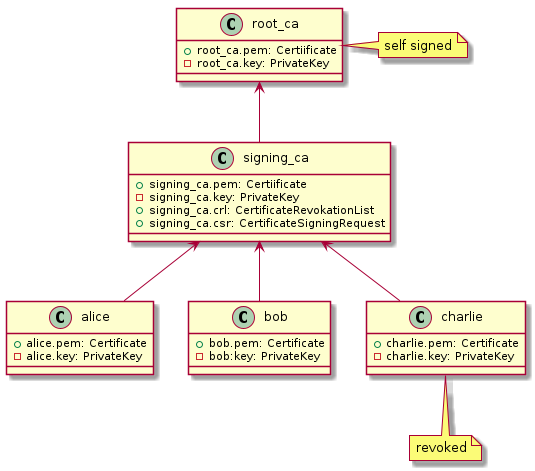
This is doc/pki.png from falk-werner/openssl-example, a PlantUML export, as it was before one commit. Its diagram source:
```plantuml
@startuml

class root_ca {
    +root_ca.pem: Certiificate
    -root_ca.key: PrivateKey
}

class signing_ca {
    +signing_ca.pem: Certiificate
    -signing_ca.key: PrivateKey
    +signing_ca.crl: CertificateRevokationList
    +signing_ca.csr: CertificateSigningRequest
}

class alice {
    +alice.pem: Certificate
    -alice.key: PrivateKey
}

class bob {
    +bob.pem: Certificate
    -bob:key: PrivateKey
}

class charlie {
    +charlie.pem: Certificate
    -charlie.key: PrivateKey
}

root_ca <-- signing_ca
signing_ca <-- alice
signing_ca <-- bob
signing_ca <-- charlie

note right of root_ca: self signed
note bottom of charlie: revoked

@enduml
```
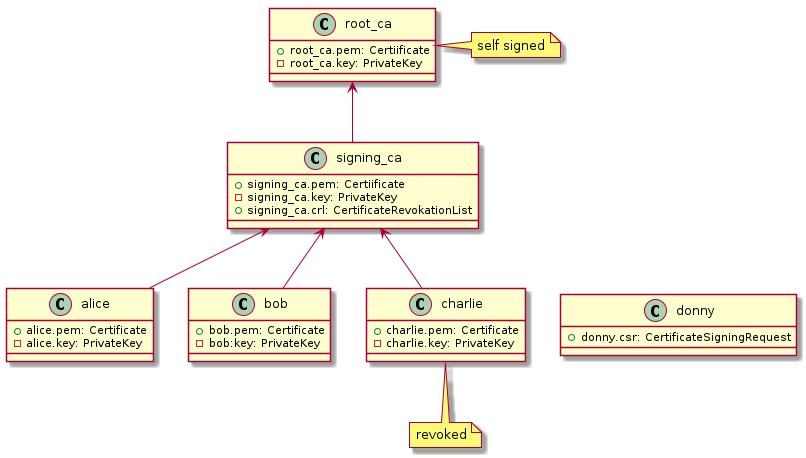
The same file after the commit.

Commit message:
test_pki: add certificate signing request

Diff of the diagram source:
```diff
@@ -9,7 +9,6 @@
     +signing_ca.pem: Certiificate
     -signing_ca.key: PrivateKey
     +signing_ca.crl: CertificateRevokationList
-    +signing_ca.csr: CertificateSigningRequest
 }
 
 class alice {
@@ -27,10 +26,15 @@
     -charlie.key: PrivateKey
 }
 
+class donny {
+    +donny.csr: CertificateSigningRequest
+}
+
 root_ca <-- signing_ca
 signing_ca <-- alice
 signing_ca <-- bob
 signing_ca <-- charlie
+signing_ca <--[hidden] donny
 
 note right of root_ca: self signed
 note bottom of charlie: revoked
```
